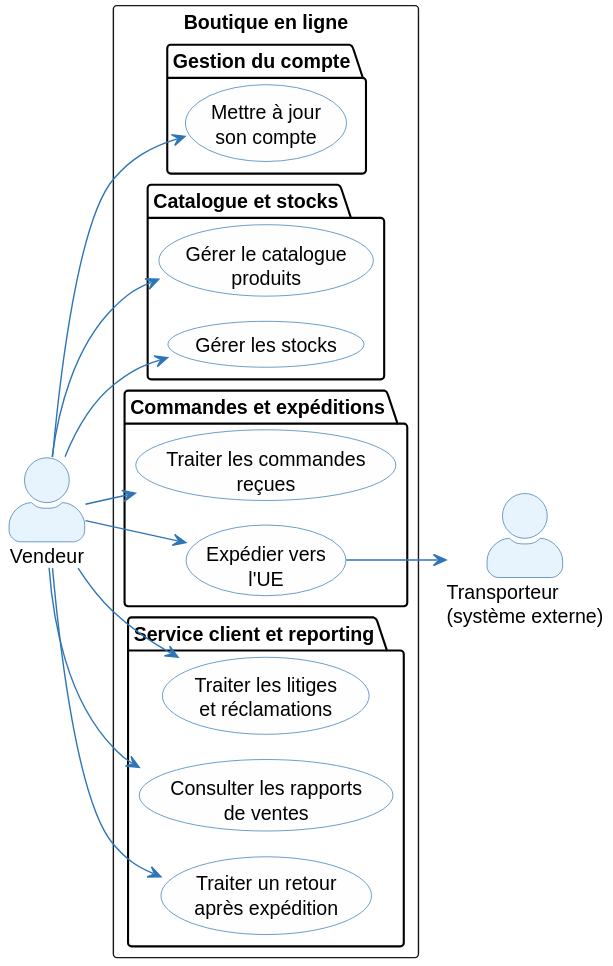
The PlantUML diagram architecture/01-operational-analysis/diagrams/oa-uc-vendor.svg in louistalvande/online_shop, before a commit. Its diagram source:
```plantuml
@startuml
skinparam actorStyle awesome
skinparam usecase {
  BackgroundColor #FEFEFE
  BorderColor #2E75B6
  ArrowColor #2E75B6
}
skinparam actor {
  BackgroundColor #E8F4FD
  BorderColor #2E75B6
}

left to right direction

actor "Vendeur" as Vendor
actor "Transporteur\n(système externe)" as Carrier

rectangle "Boutique en ligne" {
  package "Gestion du compte" {
    usecase (Mettre à jour\nson compte) as UC_V0
  }
  package "Catalogue et stocks" {
    usecase (Gérer le catalogue\nproduits) as UC_V1
    usecase (Gérer les stocks) as UC_V2
  }
  package "Commandes et expéditions" {
    usecase (Traiter les commandes\nreçues) as UC_V3
    usecase (Expédier vers\nl'UE) as UC_V4
  }
  package "Service client et reporting" {
    usecase (Traiter les litiges\net réclamations) as UC_V5
    usecase (Consulter les rapports\nde ventes) as UC_V6
    usecase (Traiter un retour\naprès expédition) as UC_V8
  }
}

Vendor --> UC_V0
Vendor --> UC_V1
Vendor --> UC_V2
Vendor --> UC_V3
Vendor --> UC_V4
Vendor --> UC_V5
Vendor --> UC_V6
Vendor --> UC_V8
UC_V4 --> Carrier
@enduml
```
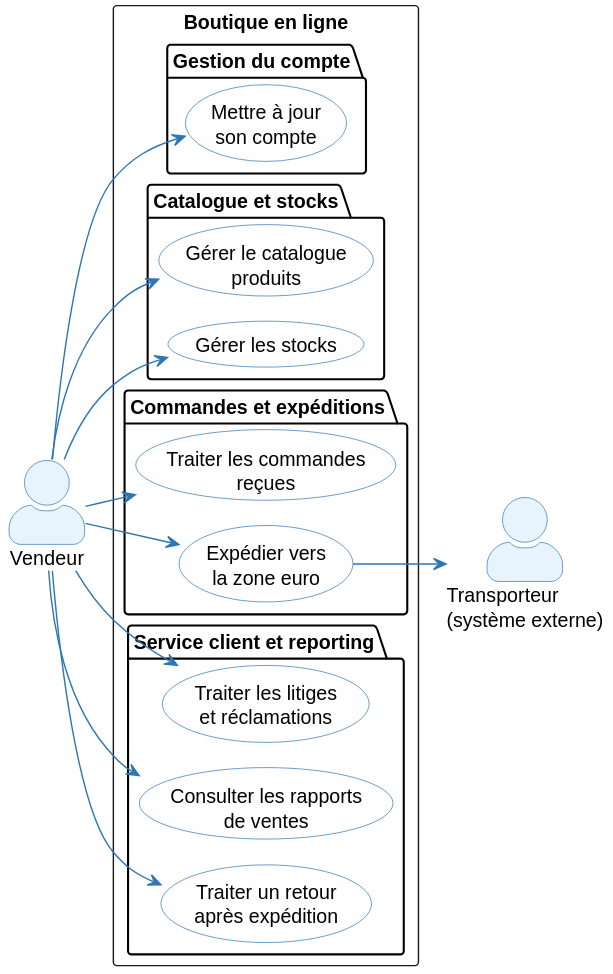
After the change.

The edit, as a diff of the source:
```diff
@@ -25,7 +25,7 @@
   }
   package "Commandes et expéditions" {
     usecase (Traiter les commandes\nreçues) as UC_V3
-    usecase (Expédier vers\nl'UE) as UC_V4
+    usecase (Expédier vers\nla zone euro) as UC_V4
   }
   package "Service client et reporting" {
     usecase (Traiter les litiges\net réclamations) as UC_V5
```
